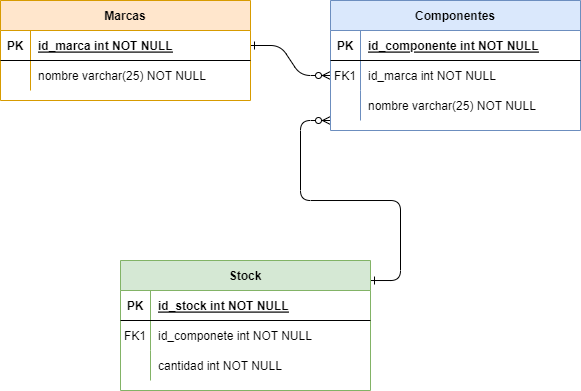
This is ejercicio1.png from MariaRod123/Practico5-Bases-de-Datos, a draw.io export, as it was before one commit. Source tidied: cells renumbered, new cells last; positions are measured from the earlier drawing's top-left corner, leaving out a move shared by most shapes. The source it was exported from:
```xml
<mxGraphModel>
  <root>
    <mxCell id="0" />
    <mxCell id="1" parent="0" />
    <mxCell id="2" style="edgeStyle=entityRelationEdgeStyle;endArrow=ERzeroToMany;startArrow=ERone;endFill=1;startFill=0;" parent="1" edge="1" source="25" target="8">
      <mxGeometry relative="1" as="geometry" />
    </mxCell>
    <mxCell id="3" style="edgeStyle=entityRelationEdgeStyle;endArrow=ERzeroToMany;startArrow=ERone;endFill=1;startFill=0;exitX=1;exitY=0.154;exitDx=0;exitDy=0;exitPerimeter=0;" parent="1" edge="1" source="14">
      <mxGeometry relative="1" as="geometry">
        <mxPoint x="330" y="120" as="targetPoint" />
        <Array as="points">
          <mxPoint x="390" y="180" />
          <mxPoint x="380" y="170" />
          <mxPoint x="340" y="170" />
          <mxPoint x="330" y="170" />
        </Array>
      </mxGeometry>
    </mxCell>
    <mxCell id="4" value="Componentes" style="shape=table;startSize=30;rowLines=0;fontStyle=1;align=center;fillColor=#dae8fc;strokeColor=#6c8ebf;" parent="1" vertex="1">
      <mxGeometry x="330" width="250" height="130" as="geometry" />
    </mxCell>
    <mxCell id="5" style="shape=partialRectangle;fillColor=none;top=0;left=0;right=0;bottom=1;" parent="4" vertex="1">
      <mxGeometry y="30" width="250" height="30" as="geometry" />
    </mxCell>
    <mxCell id="6" value="PK" style="shape=partialRectangle;overflow=hidden;fillColor=none;top=0;left=0;bottom=0;right=0;fontStyle=1;" parent="5" vertex="1">
      <mxGeometry width="30" height="30" as="geometry" />
    </mxCell>
    <mxCell id="7" value="id_componente int NOT NULL " style="shape=partialRectangle;overflow=hidden;fillColor=none;top=0;left=0;bottom=0;right=0;align=left;spacingLeft=6;fontStyle=5;" parent="5" vertex="1">
      <mxGeometry x="30" width="220" height="30" as="geometry" />
    </mxCell>
    <mxCell id="8" style="shape=partialRectangle;fillColor=none;points=[[0,0.5],[1,0.5]];portConstraint=eastwest;top=0;left=0;right=0;bottom=0;" parent="4" vertex="1">
      <mxGeometry y="60" width="250" height="30" as="geometry" />
    </mxCell>
    <mxCell id="9" value="FK1" style="shape=partialRectangle;overflow=hidden;fillColor=none;top=0;left=0;bottom=0;right=0;" parent="8" vertex="1">
      <mxGeometry width="30" height="30" as="geometry" />
    </mxCell>
    <mxCell id="10" value="id_marca int NOT NULL" style="shape=partialRectangle;overflow=hidden;fillColor=none;top=0;left=0;bottom=0;right=0;align=left;spacingLeft=6;" parent="8" vertex="1">
      <mxGeometry x="30" width="220" height="30" as="geometry" />
    </mxCell>
    <mxCell id="11" style="shape=partialRectangle;fillColor=none;top=0;left=0;right=0;bottom=0;" parent="4" vertex="1">
      <mxGeometry y="90" width="250" height="30" as="geometry" />
    </mxCell>
    <mxCell id="12" style="shape=partialRectangle;overflow=hidden;fillColor=none;top=0;left=0;bottom=0;right=0;" parent="11" vertex="1">
      <mxGeometry width="30" height="30" as="geometry" />
    </mxCell>
    <mxCell id="13" value="nombre varchar(25) NOT NULL" style="shape=partialRectangle;overflow=hidden;fillColor=none;top=0;left=0;bottom=0;right=0;align=left;spacingLeft=6;" parent="11" vertex="1">
      <mxGeometry x="30" width="220" height="30" as="geometry" />
    </mxCell>
    <mxCell id="14" value="Stock" style="shape=table;startSize=30;rowLines=0;fontStyle=1;align=center;fillColor=#d5e8d4;strokeColor=#82b366;" parent="1" vertex="1">
      <mxGeometry x="120" y="260" width="250" height="130" as="geometry" />
    </mxCell>
    <mxCell id="15" style="shape=partialRectangle;fillColor=none;top=0;left=0;right=0;bottom=1;" parent="14" vertex="1">
      <mxGeometry y="30" width="250" height="30" as="geometry" />
    </mxCell>
    <mxCell id="16" value="PK" style="shape=partialRectangle;overflow=hidden;fillColor=none;top=0;left=0;bottom=0;right=0;fontStyle=1;" parent="15" vertex="1">
      <mxGeometry width="30" height="30" as="geometry" />
    </mxCell>
    <mxCell id="17" value="id_stock int NOT NULL " style="shape=partialRectangle;overflow=hidden;fillColor=none;top=0;left=0;bottom=0;right=0;align=left;spacingLeft=6;fontStyle=5;" parent="15" vertex="1">
      <mxGeometry x="30" width="220" height="30" as="geometry" />
    </mxCell>
    <mxCell id="18" style="shape=partialRectangle;fillColor=none;top=0;left=0;right=0;bottom=0;" parent="14" vertex="1">
      <mxGeometry y="60" width="250" height="30" as="geometry" />
    </mxCell>
    <mxCell id="19" value="FK1" style="shape=partialRectangle;overflow=hidden;fillColor=none;top=0;left=0;bottom=0;right=0;" parent="18" vertex="1">
      <mxGeometry width="30" height="30" as="geometry" />
    </mxCell>
    <mxCell id="20" value="id_componete int NOT NULL" style="shape=partialRectangle;overflow=hidden;fillColor=none;top=0;left=0;bottom=0;right=0;align=left;spacingLeft=6;" parent="18" vertex="1">
      <mxGeometry x="30" width="220" height="30" as="geometry" />
    </mxCell>
    <mxCell id="21" style="shape=partialRectangle;fillColor=none;top=0;left=0;right=0;bottom=0;" parent="14" vertex="1">
      <mxGeometry y="90" width="250" height="30" as="geometry" />
    </mxCell>
    <mxCell id="22" style="shape=partialRectangle;overflow=hidden;fillColor=none;top=0;left=0;bottom=0;right=0;" parent="21" vertex="1">
      <mxGeometry width="30" height="30" as="geometry" />
    </mxCell>
    <mxCell id="23" value="cantidad int NOT NULL" style="shape=partialRectangle;overflow=hidden;fillColor=none;top=0;left=0;bottom=0;right=0;align=left;spacingLeft=6;" parent="21" vertex="1">
      <mxGeometry x="30" width="220" height="30" as="geometry" />
    </mxCell>
    <mxCell id="24" value="Marcas" style="shape=table;startSize=30;rowLines=0;fontStyle=1;align=center;fillColor=#ffe6cc;strokeColor=#d79b00;" parent="1" vertex="1">
      <mxGeometry width="250" height="100" as="geometry" />
    </mxCell>
    <mxCell id="25" style="shape=partialRectangle;fillColor=none;points=[[0,0.5],[1,0.5]];portConstraint=eastwest;top=0;left=0;right=0;bottom=1;" parent="24" vertex="1">
      <mxGeometry y="30" width="250" height="30" as="geometry" />
    </mxCell>
    <mxCell id="26" value="PK" style="shape=partialRectangle;overflow=hidden;fillColor=none;top=0;left=0;bottom=0;right=0;fontStyle=1;" parent="25" vertex="1">
      <mxGeometry width="30" height="30" as="geometry" />
    </mxCell>
    <mxCell id="27" value="id_marca int NOT NULL " style="shape=partialRectangle;overflow=hidden;fillColor=none;top=0;left=0;bottom=0;right=0;align=left;spacingLeft=6;fontStyle=5;" parent="25" vertex="1">
      <mxGeometry x="30" width="220" height="30" as="geometry" />
    </mxCell>
    <mxCell id="28" style="shape=partialRectangle;fillColor=none;top=0;left=0;right=0;bottom=0;" parent="24" vertex="1">
      <mxGeometry y="60" width="250" height="30" as="geometry" />
    </mxCell>
    <mxCell id="29" style="shape=partialRectangle;overflow=hidden;fillColor=none;top=0;left=0;bottom=0;right=0;" parent="28" vertex="1">
      <mxGeometry width="30" height="30" as="geometry" />
    </mxCell>
    <mxCell id="30" value="nombre varchar(25) NOT NULL" style="shape=partialRectangle;overflow=hidden;fillColor=none;top=0;left=0;bottom=0;right=0;align=left;spacingLeft=6;" parent="28" vertex="1">
      <mxGeometry x="30" width="220" height="30" as="geometry" />
    </mxCell>
  </root>
</mxGraphModel>
```
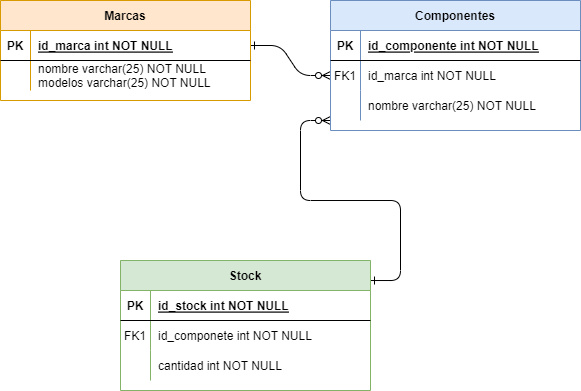
The same diagram one commit later.

What changed in the source:
```diff
@@ -94,7 +94,7 @@
     <mxCell id="29" style="shape=partialRectangle;overflow=hidden;fillColor=none;top=0;left=0;bottom=0;right=0;" parent="28" vertex="1">
       <mxGeometry width="30" height="30" as="geometry" />
     </mxCell>
-    <mxCell id="30" value="nombre varchar(25) NOT NULL" style="shape=partialRectangle;overflow=hidden;fillColor=none;top=0;left=0;bottom=0;right=0;align=left;spacingLeft=6;" parent="28" vertex="1">
+    <mxCell id="30" value="nombre varchar(25) NOT NULL&#10;modelos varchar(25) NOT NULL" style="shape=partialRectangle;overflow=hidden;fillColor=none;top=0;left=0;bottom=0;right=0;align=left;spacingLeft=6;" parent="28" vertex="1">
       <mxGeometry x="30" width="220" height="30" as="geometry" />
     </mxCell>
   </root>
```
